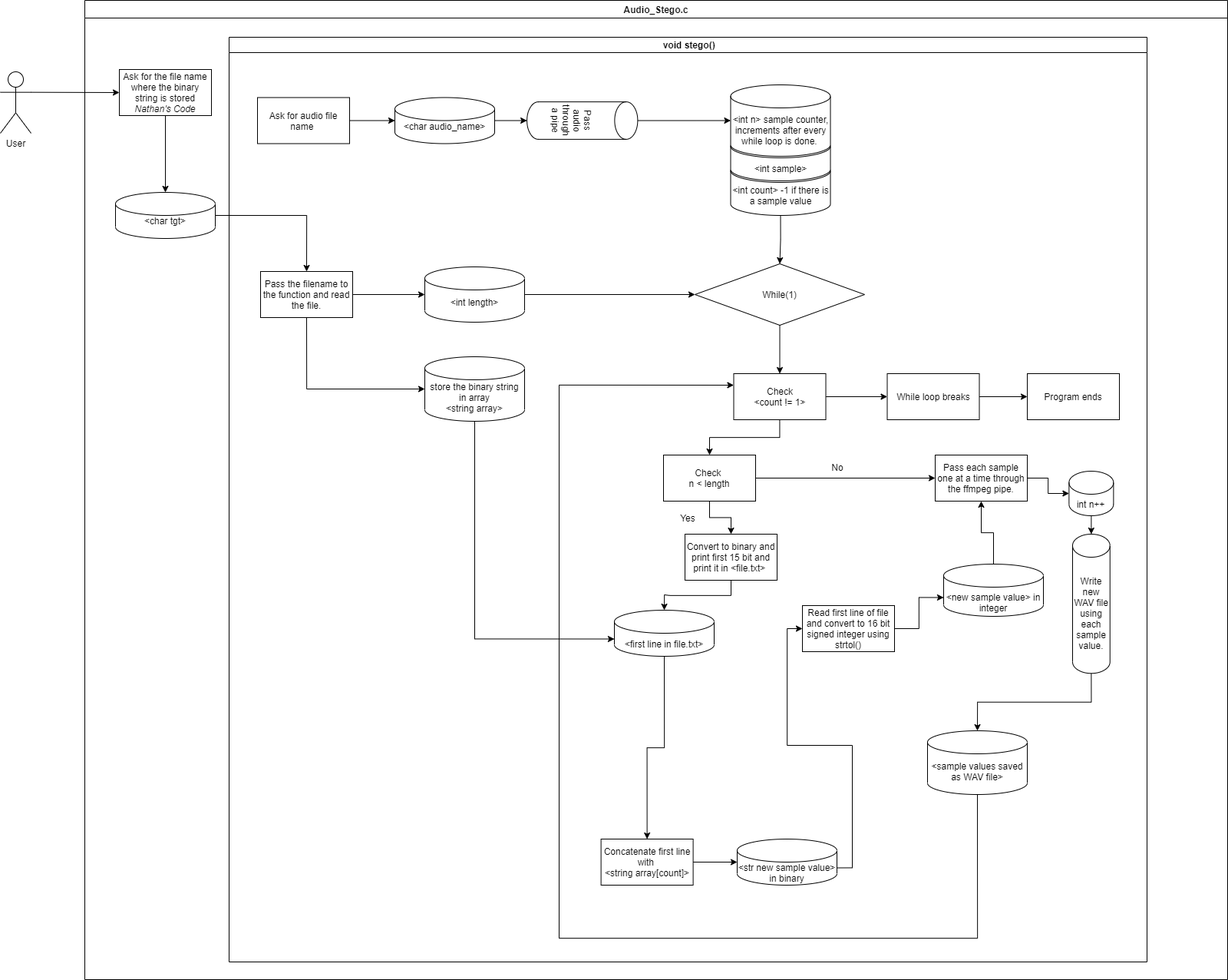
Before: lowlevel.png, a diagram exported from draw.io (PalakMittal/AudioStego). Source tidied: cells renumbered, new cells last; positions are measured from the earlier drawing's top-left corner, leaving out a move shared by most shapes.
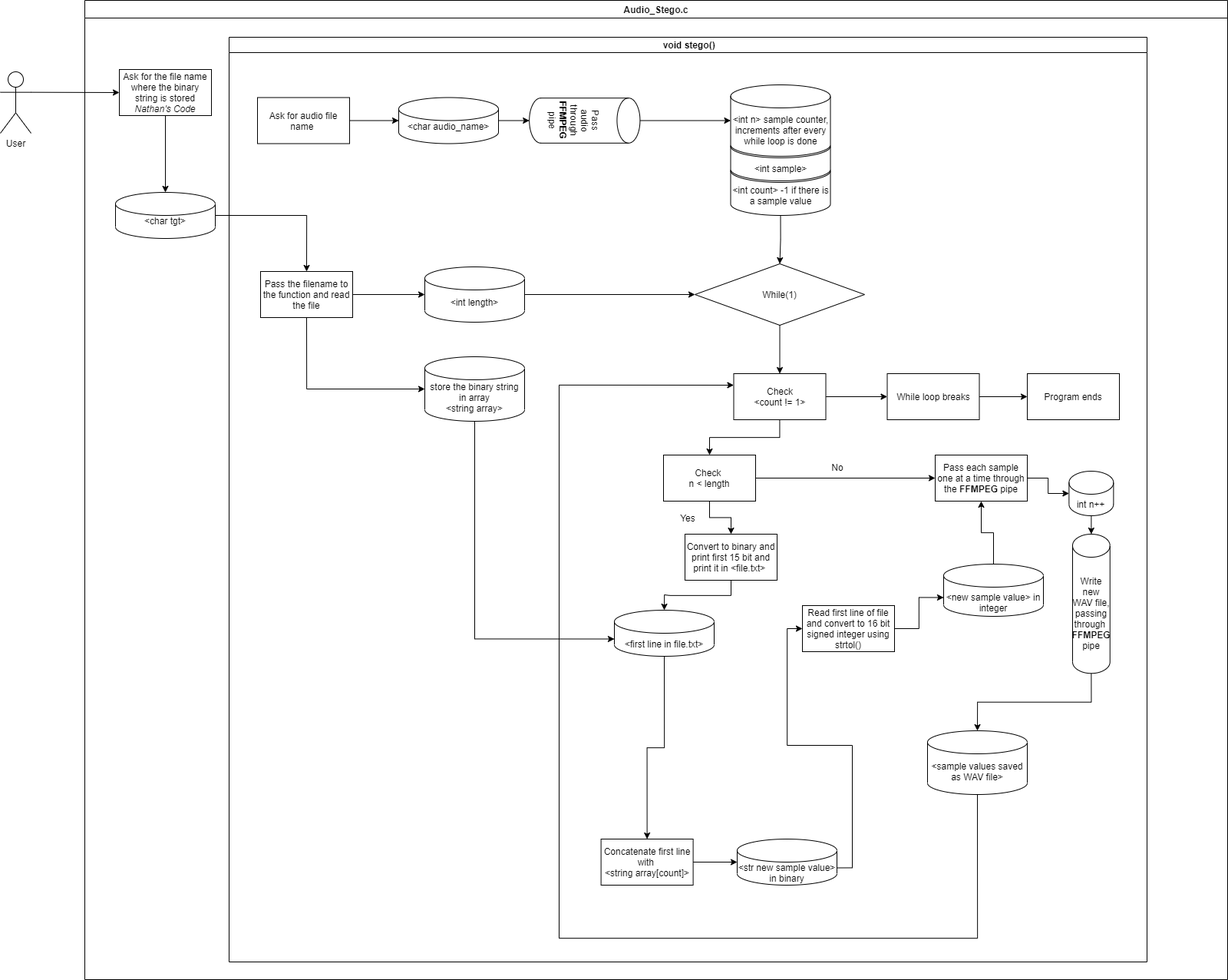
The same diagram one commit later.

The edit, as a diff of the source:
```diff
@@ -21,7 +21,7 @@
       <mxGeometry x="37" y="78.5" width="120" height="60" as="geometry" />
     </mxCell>
     <mxCell id="8" value="&amp;lt;char audio_name&amp;gt;" style="shape=cylinder3;whiteSpace=wrap;html=1;boundedLbl=1;backgroundOutline=1;size=15;" parent="4" vertex="1">
-      <mxGeometry x="216" y="78.5" width="130" height="60" as="geometry" />
+      <mxGeometry x="221" y="78.5" width="130" height="60" as="geometry" />
     </mxCell>
     <mxCell id="9" style="endArrow=classic;html=1;exitX=1;exitY=0.5;exitDx=0;exitDy=0;entryX=0;entryY=0.5;entryDx=0;entryDy=0;entryPerimeter=0;" parent="4" edge="1" source="7" target="8">
       <mxGeometry relative="1" as="geometry" />
@@ -29,7 +29,7 @@
     <mxCell id="10" style="edgeStyle=orthogonalEdgeStyle;rounded=0;jettySize=auto;html=1;exitX=0.5;exitY=1;exitDx=0;exitDy=0;entryX=0;entryY=0.5;entryDx=0;entryDy=0;entryPerimeter=0;" parent="4" edge="1" source="11" target="15">
       <mxGeometry relative="1" as="geometry" />
     </mxCell>
-    <mxCell id="11" value="Pass the filename to the function and read the file." style="rounded=0;whiteSpace=wrap;html=1;" parent="4" vertex="1">
+    <mxCell id="11" value="Pass the filename to the function and read the file" style="rounded=0;whiteSpace=wrap;html=1;" parent="4" vertex="1">
       <mxGeometry x="41" y="305" width="120" height="60" as="geometry" />
     </mxCell>
     <mxCell id="12" value="&amp;lt;int length&amp;gt;" style="shape=cylinder3;whiteSpace=wrap;html=1;boundedLbl=1;backgroundOutline=1;size=15;" parent="4" vertex="1">
@@ -44,8 +44,8 @@
     <mxCell id="15" value="store the binary string in array&lt;br&gt;&amp;lt;string array&amp;gt;" style="shape=cylinder3;whiteSpace=wrap;html=1;boundedLbl=1;backgroundOutline=1;size=15;" parent="4" vertex="1">
       <mxGeometry x="255" y="416" width="130" height="84" as="geometry" />
     </mxCell>
-    <mxCell id="16" value="Pass audio through a pipe" style="shape=cylinder3;whiteSpace=wrap;html=1;boundedLbl=1;backgroundOutline=1;size=15;rotation=90;" parent="4" vertex="1">
-      <mxGeometry x="435.9" y="36.4" width="48.8" height="144.2" as="geometry" />
+    <mxCell id="16" value="Pass audio through &lt;b&gt;FFMPEG&lt;/b&gt; pipe" style="shape=cylinder3;whiteSpace=wrap;html=1;boundedLbl=1;backgroundOutline=1;size=15;rotation=90;" parent="4" vertex="1">
+      <mxGeometry x="434" y="36.4" width="58.6" height="144.2" as="geometry" />
     </mxCell>
     <mxCell id="17" style="endArrow=classic;html=1;exitX=1;exitY=0.5;exitDx=0;exitDy=0;exitPerimeter=0;entryX=0.5;entryY=1;entryDx=0;entryDy=0;entryPerimeter=0;" parent="4" edge="1" source="8" target="16">
       <mxGeometry relative="1" as="geometry" />
@@ -53,7 +53,7 @@
     <mxCell id="18" value="&lt;br&gt;&amp;lt;int sample&amp;gt;" style="shape=cylinder3;whiteSpace=wrap;html=1;boundedLbl=1;backgroundOutline=1;size=15;" parent="4" vertex="1">
       <mxGeometry x="653.5" y="127" width="130" height="60" as="geometry" />
     </mxCell>
-    <mxCell id="19" value="&amp;lt;int n&amp;gt; sample counter, increments after every while loop is done.&amp;nbsp;" style="shape=cylinder3;whiteSpace=wrap;html=1;boundedLbl=1;backgroundOutline=1;size=15;" parent="4" vertex="1">
+    <mxCell id="19" value="&amp;lt;int n&amp;gt; sample counter, increments after every while loop is done" style="shape=cylinder3;whiteSpace=wrap;html=1;boundedLbl=1;backgroundOutline=1;size=15;" parent="4" vertex="1">
       <mxGeometry x="653.5" y="62" width="130" height="93" as="geometry" />
     </mxCell>
     <mxCell id="20" style="endArrow=classic;html=1;exitX=0.5;exitY=0;exitDx=0;exitDy=0;exitPerimeter=0;entryX=0;entryY=0.5;entryDx=0;entryDy=0;entryPerimeter=0;" parent="4" edge="1" source="16" target="19">
@@ -113,7 +113,7 @@
     <mxCell id="38" style="edgeStyle=orthogonalEdgeStyle;rounded=0;jettySize=auto;html=1;exitX=1;exitY=0.5;exitDx=0;exitDy=0;entryX=0;entryY=0.5;entryDx=0;entryDy=0;entryPerimeter=0;" parent="4" edge="1" source="39" target="54">
       <mxGeometry relative="1" as="geometry" />
     </mxCell>
-    <mxCell id="39" value="Pass each sample one at a time through the ffmpeg pipe." style="rounded=0;whiteSpace=wrap;html=1;" parent="4" vertex="1">
+    <mxCell id="39" value="Pass each sample one at a time through the &lt;b&gt;FFMPEG&lt;/b&gt;&amp;nbsp;pipe" style="rounded=0;whiteSpace=wrap;html=1;" parent="4" vertex="1">
       <mxGeometry x="920" y="544" width="120" height="60" as="geometry" />
     </mxCell>
     <mxCell id="40" style="edgeStyle=orthogonalEdgeStyle;rounded=0;jettySize=auto;html=1;exitX=0.5;exitY=0;exitDx=0;exitDy=0;exitPerimeter=0;entryX=0.5;entryY=1;entryDx=0;entryDy=0;" parent="4" edge="1" source="36" target="39">
@@ -134,7 +134,7 @@
     <mxCell id="45" style="edgeStyle=orthogonalEdgeStyle;rounded=0;jettySize=auto;html=1;exitX=0.5;exitY=1;exitDx=0;exitDy=0;exitPerimeter=0;entryX=0.5;entryY=0;entryDx=0;entryDy=0;entryPerimeter=0;" parent="4" edge="1" source="46" target="48">
       <mxGeometry relative="1" as="geometry" />
     </mxCell>
-    <mxCell id="46" value="Write new WAV file using each sample value." style="shape=cylinder3;whiteSpace=wrap;html=1;boundedLbl=1;backgroundOutline=1;size=15;rotation=0;" parent="4" vertex="1">
+    <mxCell id="46" value="Write new WAV file, passing through&amp;nbsp;&lt;br&gt;&lt;b&gt;FFMPEG &lt;/b&gt;pipe" style="shape=cylinder3;whiteSpace=wrap;html=1;boundedLbl=1;backgroundOutline=1;size=15;rotation=0;" parent="4" vertex="1">
       <mxGeometry x="1099" y="647" width="48.8" height="181.2" as="geometry" />
     </mxCell>
     <mxCell id="47" style="edgeStyle=orthogonalEdgeStyle;rounded=0;jettySize=auto;html=1;exitX=0.5;exitY=1;exitDx=0;exitDy=0;exitPerimeter=0;entryX=0;entryY=0.25;entryDx=0;entryDy=0;" parent="4" edge="1" source="48" target="24">
```
